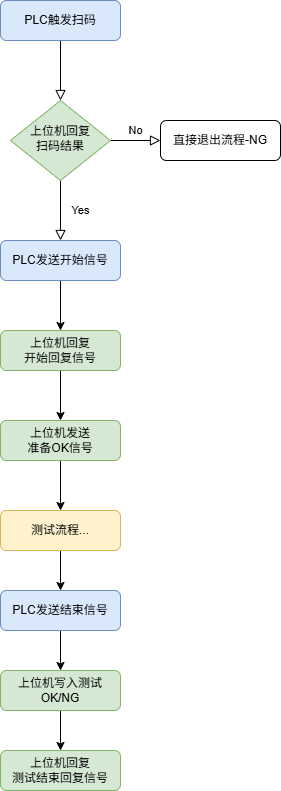
Earlier version of the draw.io export 测试工位交互逻辑.drawio.png (JinHui1234/WorkflowDrawFile). Source tidied: cells renumbered, new cells last; positions are measured from the earlier drawing's top-left corner, leaving out a move shared by most shapes. Its diagram source:
```xml
<mxGraphModel>
  <root>
    <mxCell id="0" />
    <mxCell id="1" parent="0" />
    <mxCell id="2" style="rounded=0;html=1;jettySize=auto;fontSize=11;endArrow=block;endFill=0;endSize=8;strokeWidth=1;shadow=0;labelBackgroundColor=none;edgeStyle=orthogonalEdgeStyle;" parent="1" edge="1" source="3" target="6">
      <mxGeometry relative="1" as="geometry" />
    </mxCell>
    <mxCell id="3" value="PLC触发扫码" style="rounded=1;whiteSpace=wrap;html=1;fontSize=12;glass=0;strokeWidth=1;shadow=0;fillColor=#dae8fc;strokeColor=#6c8ebf;" parent="1" vertex="1">
      <mxGeometry width="120" height="40" as="geometry" />
    </mxCell>
    <mxCell id="4" value="Yes" style="rounded=0;html=1;jettySize=auto;fontSize=11;endArrow=block;endFill=0;endSize=8;strokeWidth=1;shadow=0;labelBackgroundColor=none;edgeStyle=orthogonalEdgeStyle;" parent="1" edge="1" source="6">
      <mxGeometry y="20" relative="1" as="geometry">
        <mxPoint x="60" y="240" as="targetPoint" />
      </mxGeometry>
    </mxCell>
    <mxCell id="5" value="No" style="edgeStyle=orthogonalEdgeStyle;rounded=0;html=1;jettySize=auto;fontSize=11;endArrow=block;endFill=0;endSize=8;strokeWidth=1;shadow=0;labelBackgroundColor=none;" parent="1" edge="1" source="6" target="7">
      <mxGeometry y="10" relative="1" as="geometry" />
    </mxCell>
    <mxCell id="6" value="上位机回复&lt;br&gt;扫码结果" style="rhombus;whiteSpace=wrap;html=1;shadow=0;fontFamily=Helvetica;fontSize=12;align=center;strokeWidth=1;spacing=6;spacingTop=-4;fillColor=#d5e8d4;strokeColor=#82b366;" parent="1" vertex="1">
      <mxGeometry x="10" y="100" width="100" height="80" as="geometry" />
    </mxCell>
    <mxCell id="7" value="直接退出流程-NG" style="rounded=1;whiteSpace=wrap;html=1;fontSize=12;glass=0;strokeWidth=1;shadow=0;" parent="1" vertex="1">
      <mxGeometry x="160" y="120" width="120" height="40" as="geometry" />
    </mxCell>
    <mxCell id="8" style="edgeStyle=orthogonalEdgeStyle;rounded=0;jettySize=auto;html=1;exitX=0.5;exitY=1;exitDx=0;exitDy=0;" parent="1" edge="1" source="9" target="11">
      <mxGeometry relative="1" as="geometry" />
    </mxCell>
    <mxCell id="9" value="PLC发送开始信号" style="rounded=1;whiteSpace=wrap;html=1;fontSize=12;glass=0;strokeWidth=1;shadow=0;fillColor=#dae8fc;strokeColor=#6c8ebf;" parent="1" vertex="1">
      <mxGeometry y="240" width="120" height="40" as="geometry" />
    </mxCell>
    <mxCell id="10" style="edgeStyle=orthogonalEdgeStyle;rounded=0;jettySize=auto;html=1;exitX=0.5;exitY=1;exitDx=0;exitDy=0;" parent="1" edge="1" source="11" target="13">
      <mxGeometry relative="1" as="geometry" />
    </mxCell>
    <mxCell id="11" value="上位机回复&lt;br&gt;开始回复信号" style="rounded=1;whiteSpace=wrap;html=1;fontSize=12;glass=0;strokeWidth=1;shadow=0;fillColor=#d5e8d4;strokeColor=#82b366;" parent="1" vertex="1">
      <mxGeometry y="330" width="120" height="40" as="geometry" />
    </mxCell>
    <mxCell id="12" style="edgeStyle=orthogonalEdgeStyle;rounded=0;jettySize=auto;html=1;exitX=0.5;exitY=1;exitDx=0;exitDy=0;" parent="1" edge="1" source="13" target="15">
      <mxGeometry relative="1" as="geometry" />
    </mxCell>
    <mxCell id="13" value="上位机发送&lt;br&gt;准备OK信号" style="rounded=1;whiteSpace=wrap;html=1;fontSize=12;glass=0;strokeWidth=1;shadow=0;fillColor=#d5e8d4;strokeColor=#82b366;" parent="1" vertex="1">
      <mxGeometry y="420" width="120" height="40" as="geometry" />
    </mxCell>
    <mxCell id="14" style="edgeStyle=orthogonalEdgeStyle;rounded=0;jettySize=auto;html=1;exitX=0.5;exitY=1;exitDx=0;exitDy=0;entryX=0.5;entryY=0;entryDx=0;entryDy=0;" parent="1" edge="1" source="15" target="17">
      <mxGeometry relative="1" as="geometry" />
    </mxCell>
    <mxCell id="15" value="测试流程..." style="rounded=1;whiteSpace=wrap;html=1;fontSize=12;glass=0;strokeWidth=1;shadow=0;fillColor=#fff2cc;strokeColor=#d6b656;" parent="1" vertex="1">
      <mxGeometry y="510" width="120" height="40" as="geometry" />
    </mxCell>
    <mxCell id="16" style="edgeStyle=orthogonalEdgeStyle;rounded=0;jettySize=auto;html=1;exitX=0.5;exitY=1;exitDx=0;exitDy=0;" parent="1" edge="1" source="17" target="19">
      <mxGeometry relative="1" as="geometry" />
    </mxCell>
    <mxCell id="17" value="PLC发送结束信号" style="rounded=1;whiteSpace=wrap;html=1;fontSize=12;glass=0;strokeWidth=1;shadow=0;fillColor=#dae8fc;strokeColor=#6c8ebf;" parent="1" vertex="1">
      <mxGeometry y="590" width="120" height="40" as="geometry" />
    </mxCell>
    <mxCell id="18" style="edgeStyle=orthogonalEdgeStyle;rounded=0;jettySize=auto;html=1;" parent="1" edge="1" source="19" target="20">
      <mxGeometry relative="1" as="geometry" />
    </mxCell>
    <mxCell id="19" value="上位机写入测试OK/NG" style="rounded=1;whiteSpace=wrap;html=1;fontSize=12;glass=0;strokeWidth=1;shadow=0;fillColor=#d5e8d4;strokeColor=#82b366;" parent="1" vertex="1">
      <mxGeometry y="670" width="120" height="40" as="geometry" />
    </mxCell>
    <mxCell id="20" value="上位机回复&lt;br&gt;测试结束回复信号" style="rounded=1;whiteSpace=wrap;html=1;fontSize=12;glass=0;strokeWidth=1;shadow=0;fillColor=#d5e8d4;strokeColor=#82b366;" parent="1" vertex="1">
      <mxGeometry y="750" width="120" height="40" as="geometry" />
    </mxCell>
  </root>
</mxGraphModel>
```
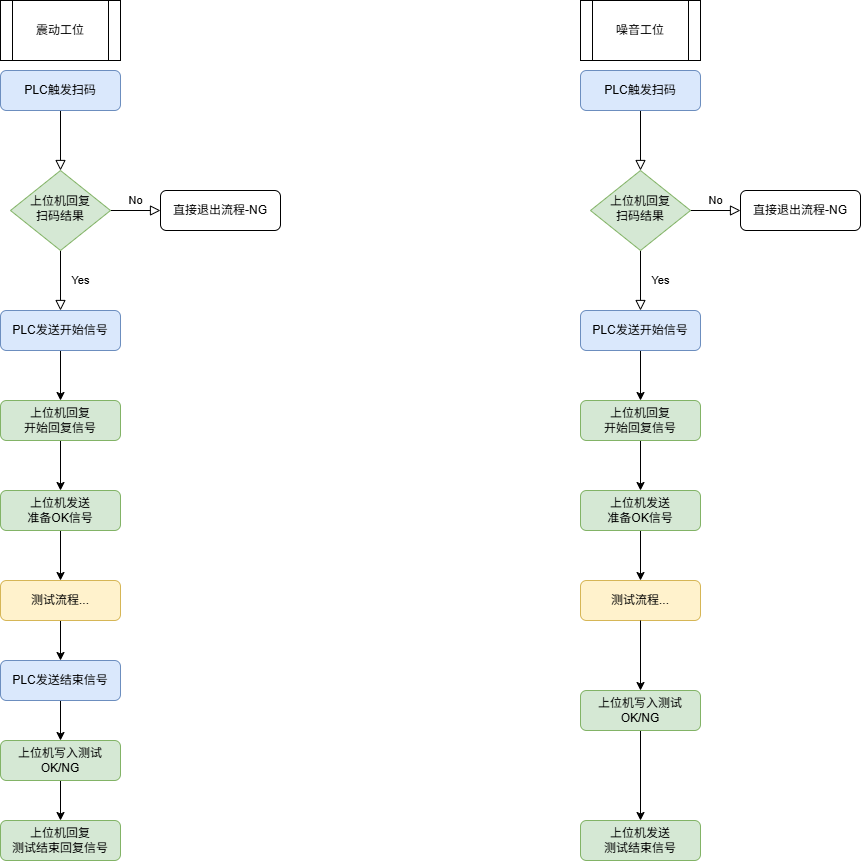
Above is the later version.

Commit message:
更新测试工位交互逻辑.drawio.png

Diff of the diagram source:
```diff
@@ -61,5 +61,64 @@
     <mxCell id="20" value="上位机回复&lt;br&gt;测试结束回复信号" style="rounded=1;whiteSpace=wrap;html=1;fontSize=12;glass=0;strokeWidth=1;shadow=0;fillColor=#d5e8d4;strokeColor=#82b366;" parent="1" vertex="1">
       <mxGeometry y="750" width="120" height="40" as="geometry" />
     </mxCell>
+    <mxCell id="21" style="rounded=0;html=1;jettySize=auto;fontSize=11;endArrow=block;endFill=0;endSize=8;strokeWidth=1;shadow=0;labelBackgroundColor=none;edgeStyle=orthogonalEdgeStyle;" parent="1" edge="1" source="22" target="25">
+      <mxGeometry relative="1" as="geometry" />
+    </mxCell>
+    <mxCell id="22" value="PLC触发扫码" style="rounded=1;whiteSpace=wrap;html=1;fontSize=12;glass=0;strokeWidth=1;shadow=0;fillColor=#dae8fc;strokeColor=#6c8ebf;" parent="1" vertex="1">
+      <mxGeometry x="580" width="120" height="40" as="geometry" />
+    </mxCell>
+    <mxCell id="23" value="Yes" style="rounded=0;html=1;jettySize=auto;fontSize=11;endArrow=block;endFill=0;endSize=8;strokeWidth=1;shadow=0;labelBackgroundColor=none;edgeStyle=orthogonalEdgeStyle;" parent="1" edge="1" source="25">
+      <mxGeometry y="20" relative="1" as="geometry">
+        <mxPoint x="640" y="240" as="targetPoint" />
+      </mxGeometry>
+    </mxCell>
+    <mxCell id="24" value="No" style="edgeStyle=orthogonalEdgeStyle;rounded=0;html=1;jettySize=auto;fontSize=11;endArrow=block;endFill=0;endSize=8;strokeWidth=1;shadow=0;labelBackgroundColor=none;" parent="1" edge="1" source="25" target="26">
+      <mxGeometry y="10" relative="1" as="geometry" />
+    </mxCell>
+    <mxCell id="25" value="上位机回复&lt;br&gt;扫码结果" style="rhombus;whiteSpace=wrap;html=1;shadow=0;fontFamily=Helvetica;fontSize=12;align=center;strokeWidth=1;spacing=6;spacingTop=-4;fillColor=#d5e8d4;strokeColor=#82b366;" parent="1" vertex="1">
+      <mxGeometry x="590" y="100" width="100" height="80" as="geometry" />
+    </mxCell>
+    <mxCell id="26" value="直接退出流程-NG" style="rounded=1;whiteSpace=wrap;html=1;fontSize=12;glass=0;strokeWidth=1;shadow=0;" parent="1" vertex="1">
+      <mxGeometry x="740" y="120" width="120" height="40" as="geometry" />
+    </mxCell>
+    <mxCell id="27" style="edgeStyle=orthogonalEdgeStyle;rounded=0;jettySize=auto;html=1;exitX=0.5;exitY=1;exitDx=0;exitDy=0;" parent="1" edge="1" source="28" target="30">
+      <mxGeometry relative="1" as="geometry" />
+    </mxCell>
+    <mxCell id="28" value="PLC发送开始信号" style="rounded=1;whiteSpace=wrap;html=1;fontSize=12;glass=0;strokeWidth=1;shadow=0;fillColor=#dae8fc;strokeColor=#6c8ebf;" parent="1" vertex="1">
+      <mxGeometry x="580" y="240" width="120" height="40" as="geometry" />
+    </mxCell>
+    <mxCell id="29" style="edgeStyle=orthogonalEdgeStyle;rounded=0;jettySize=auto;html=1;exitX=0.5;exitY=1;exitDx=0;exitDy=0;" parent="1" edge="1" source="30" target="32">
+      <mxGeometry relative="1" as="geometry" />
+    </mxCell>
+    <mxCell id="30" value="上位机回复&lt;br&gt;开始回复信号" style="rounded=1;whiteSpace=wrap;html=1;fontSize=12;glass=0;strokeWidth=1;shadow=0;fillColor=#d5e8d4;strokeColor=#82b366;" parent="1" vertex="1">
+      <mxGeometry x="580" y="330" width="120" height="40" as="geometry" />
+    </mxCell>
+    <mxCell id="31" style="edgeStyle=orthogonalEdgeStyle;rounded=0;jettySize=auto;html=1;exitX=0.5;exitY=1;exitDx=0;exitDy=0;" parent="1" edge="1" source="32" target="33">
+      <mxGeometry relative="1" as="geometry" />
+    </mxCell>
+    <mxCell id="32" value="上位机发送&lt;br&gt;准备OK信号" style="rounded=1;whiteSpace=wrap;html=1;fontSize=12;glass=0;strokeWidth=1;shadow=0;fillColor=#d5e8d4;strokeColor=#82b366;" parent="1" vertex="1">
+      <mxGeometry x="580" y="420" width="120" height="40" as="geometry" />
+    </mxCell>
+    <mxCell id="33" value="测试流程..." style="rounded=1;whiteSpace=wrap;html=1;fontSize=12;glass=0;strokeWidth=1;shadow=0;fillColor=#fff2cc;strokeColor=#d6b656;" parent="1" vertex="1">
+      <mxGeometry x="580" y="510" width="120" height="40" as="geometry" />
+    </mxCell>
+    <mxCell id="34" style="edgeStyle=orthogonalEdgeStyle;rounded=0;jettySize=auto;html=1;exitX=0.5;exitY=1;exitDx=0;exitDy=0;" parent="1" edge="1" source="33" target="36">
+      <mxGeometry relative="1" as="geometry" />
+    </mxCell>
+    <mxCell id="35" style="edgeStyle=orthogonalEdgeStyle;rounded=0;jettySize=auto;html=1;" parent="1" edge="1" source="36" target="37">
+      <mxGeometry relative="1" as="geometry" />
+    </mxCell>
+    <mxCell id="36" value="上位机写入测试OK/NG" style="rounded=1;whiteSpace=wrap;html=1;fontSize=12;glass=0;strokeWidth=1;shadow=0;fillColor=#d5e8d4;strokeColor=#82b366;" parent="1" vertex="1">
+      <mxGeometry x="580" y="620" width="120" height="40" as="geometry" />
+    </mxCell>
+    <mxCell id="37" value="上位机发送&lt;br&gt;测试结束信号" style="rounded=1;whiteSpace=wrap;html=1;fontSize=12;glass=0;strokeWidth=1;shadow=0;fillColor=#d5e8d4;strokeColor=#82b366;" parent="1" vertex="1">
+      <mxGeometry x="580" y="750" width="120" height="40" as="geometry" />
+    </mxCell>
+    <mxCell id="38" value="震动工位" style="shape=process;whiteSpace=wrap;html=1;backgroundOutline=1;" parent="1" vertex="1">
+      <mxGeometry y="-70" width="120" height="60" as="geometry" />
+    </mxCell>
+    <mxCell id="39" value="噪音工位" style="shape=process;whiteSpace=wrap;html=1;backgroundOutline=1;" parent="1" vertex="1">
+      <mxGeometry x="580" y="-70" width="120" height="60" as="geometry" />
+    </mxCell>
   </root>
 </mxGraphModel>
```
